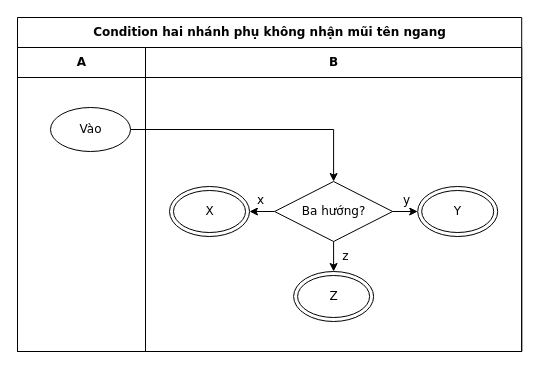
Earlier version of the draw.io diagram conformance/golden/optimize/cases-41-place-condition-needs-sides.drawio (luytbq/flowcast). Source tidied: cells renumbered, new cells numbered last; positions are measured from the earlier drawing's top-left corner, leaving out a move shared by most shapes. Both pictures are drawn from the tidied source at 100%, with x=0, y=0 at pixel (17, 17).
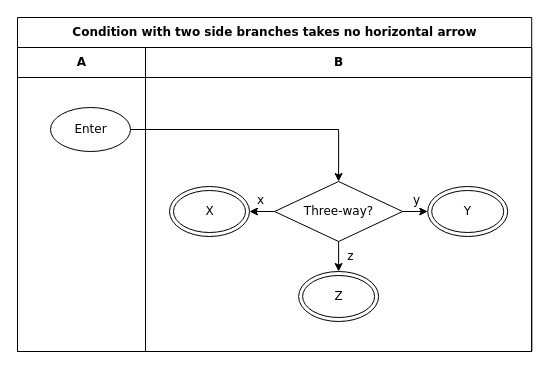
The same diagram, later.

The edit, as a diff of the source:
```diff
@@
 <mxGraphModel>
   <root>
     <mxCell id="0" />
     <mxCell id="1" parent="0" />
-    <mxCell id="2" value="Condition hai nhánh phụ không nhận mũi tên ngang" style="swimlane;html=1;startSize=30;fontStyle=1;fontFamily=Verdana;fontSize=12;flowtable=1;" parent="1" vertex="1">
-      <mxGeometry width="504.2" height="334" as="geometry" />
+    <mxCell id="2" value="Condition with two side branches takes no horizontal arrow" style="swimlane;html=1;startSize=30;fontStyle=1;fontFamily=Verdana;fontSize=12;flowtable=1;" parent="1" vertex="1">
+      <mxGeometry width="514.2" height="334" as="geometry" />
     </mxCell>
     <mxCell id="3" value="A" style="swimlane;html=1;startSize=30;fontFamily=Verdana;fontSize=12;flowtable=1;" parent="2" vertex="1">
       <mxGeometry y="30" width="128" height="304" as="geometry" />
     </mxCell>
     <mxCell id="4" value="B" style="swimlane;html=1;startSize=30;fontFamily=Verdana;fontSize=12;flowtable=1;" parent="2" vertex="1">
-      <mxGeometry x="128" y="30" width="376.2" height="304" as="geometry" />
+      <mxGeometry x="128" y="30" width="386.2" height="304" as="geometry" />
     </mxCell>
-    <mxCell id="5" value="Vào" style="ellipse;html=1;fontFamily=Verdana;fontSize=12;flowtable=1;" parent="3" vertex="1">
+    <mxCell id="5" value="Enter" style="ellipse;html=1;fontFamily=Verdana;fontSize=12;flowtable=1;" parent="3" vertex="1">
       <mxGeometry x="33" y="60" width="80" height="44" as="geometry" />
     </mxCell>
-    <mxCell id="6" value="Ba hướng?" style="rhombus;html=1;fontFamily=Verdana;fontSize=12;flowtable=1;" parent="4" vertex="1">
-      <mxGeometry x="129.1" y="134" width="118" height="60" as="geometry" />
+    <mxCell id="6" value="Three-way?" style="rhombus;html=1;fontFamily=Verdana;fontSize=12;flowtable=1;" parent="4" vertex="1">
+      <mxGeometry x="129.1" y="134" width="128" height="60" as="geometry" />
     </mxCell>
     <mxCell id="7" value="X" style="shape=doubleEllipse;html=1;fontFamily=Verdana;fontSize=12;flowtable=1;" parent="4" vertex="1">
       <mxGeometry x="24" y="139" width="80" height="50" as="geometry" />
     </mxCell>
     <mxCell id="8" value="Y" style="shape=doubleEllipse;html=1;fontFamily=Verdana;fontSize=12;flowtable=1;" parent="4" vertex="1">
-      <mxGeometry x="272.2" y="139" width="80" height="50" as="geometry" />
+      <mxGeometry x="282.2" y="139" width="80" height="50" as="geometry" />
     </mxCell>
     <mxCell id="9" value="Z" style="shape=doubleEllipse;html=1;fontFamily=Verdana;fontSize=12;flowtable=1;" parent="4" vertex="1">
-      <mxGeometry x="148.1" y="224" width="80" height="50" as="geometry" />
+      <mxGeometry x="153.1" y="224" width="80" height="50" as="geometry" />
     </mxCell>
     <mxCell id="10" style="edgeStyle=orthogonalEdgeStyle;rounded=0;jettySize=auto;html=1;labelBackgroundColor=default;exitX=1;exitY=0.5;exitDx=0;exitDy=0;entryX=0.5;entryY=0;entryDx=0;entryDy=0;fontFamily=Verdana;fontSize=12;flowtable=1;" parent="2" edge="1" source="5" target="6">
       <mxGeometry relative="1" as="geometry">
         <Array as="points">
-          <mxPoint x="316.1" y="112" />
+          <mxPoint x="321.1" y="112" />
         </Array>
       </mxGeometry>
     </mxCell>
     <mxCell id="11" value="x" style="edgeStyle=orthogonalEdgeStyle;rounded=0;jettySize=auto;html=1;labelBackgroundColor=default;exitX=0;exitY=0.5;exitDx=0;exitDy=0;entryX=1;entryY=0.5;entryDx=0;entryDy=0;fontFamily=Verdana;fontSize=12;flowtable=1;" parent="2" edge="1" source="6" target="7">
       <mxGeometry x="0.08" relative="1" as="geometry">
         <mxPoint y="-11.5" as="offset" />
       </mxGeometry>
     </mxCell>
     <mxCell id="12" value="y" style="edgeStyle=orthogonalEdgeStyle;rounded=0;jettySize=auto;html=1;labelBackgroundColor=default;exitX=1;exitY=0.5;exitDx=0;exitDy=0;entryX=0;entryY=0.5;entryDx=0;entryDy=0;fontFamily=Verdana;fontSize=12;flowtable=1;" parent="2" edge="1" source="6" target="8">
       <mxGeometry x="0.08" relative="1" as="geometry">
         <mxPoint y="-11.5" as="offset" />
       </mxGeometry>
     </mxCell>
     <mxCell id="13" value="z" style="edgeStyle=orthogonalEdgeStyle;rounded=0;jettySize=auto;html=1;labelBackgroundColor=default;exitX=0.5;exitY=1;exitDx=0;exitDy=0;entryX=0.5;entryY=0;entryDx=0;entryDy=0;fontFamily=Verdana;fontSize=12;flowtable=1;" parent="2" edge="1" source="6" target="9">
       <mxGeometry x="-0.03" relative="1" as="geometry">
         <mxPoint x="12.2" as="offset" />
       </mxGeometry>
     </mxCell>
   </root>
 </mxGraphModel>
```
